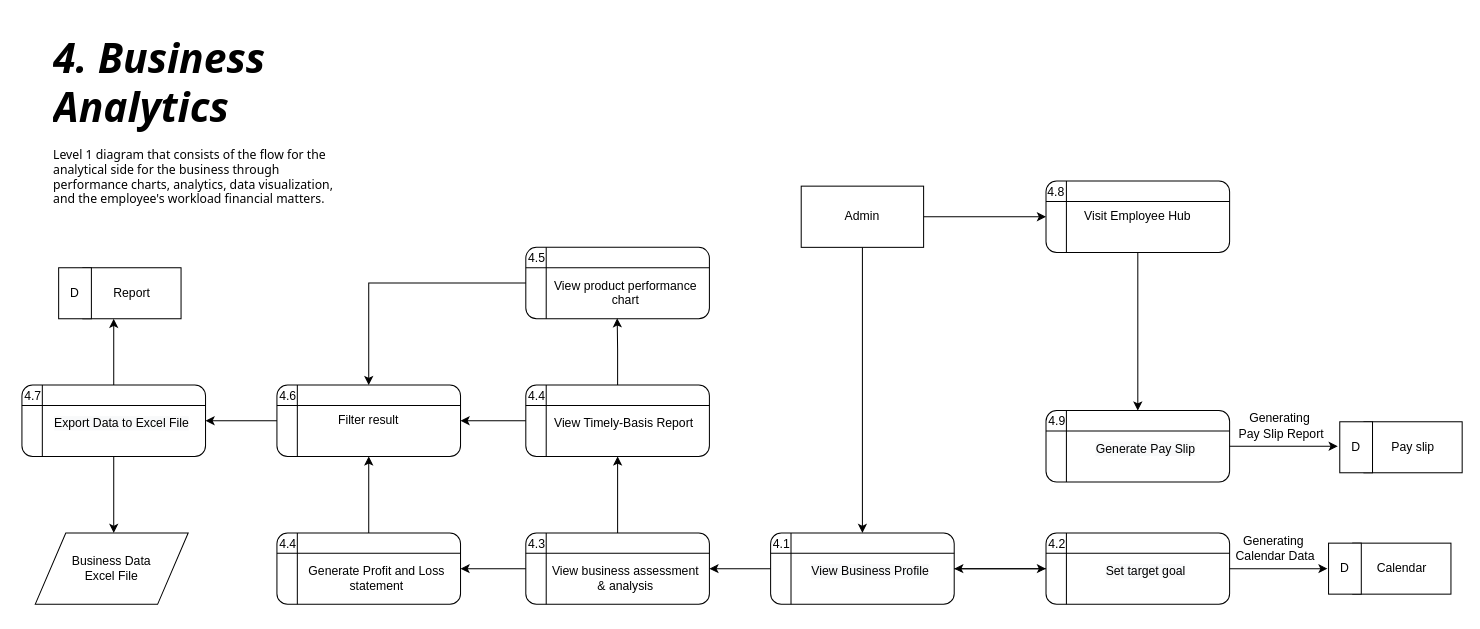
The draw.io diagram page "Revision Level 2 DFD (Business Analytics)" (6 of 6) of DFD DIAGRAMS.drawio in BryanFabellore/Team_SPOTLIGHT, before the edit. Source tidied: cells renumbered, new cells numbered last; positions are measured from the earlier drawing's top-left corner, leaving out a move shared by most shapes. Both pictures are drawn from the tidied source at 102%, with x=0, y=0 at pixel (17, 28).
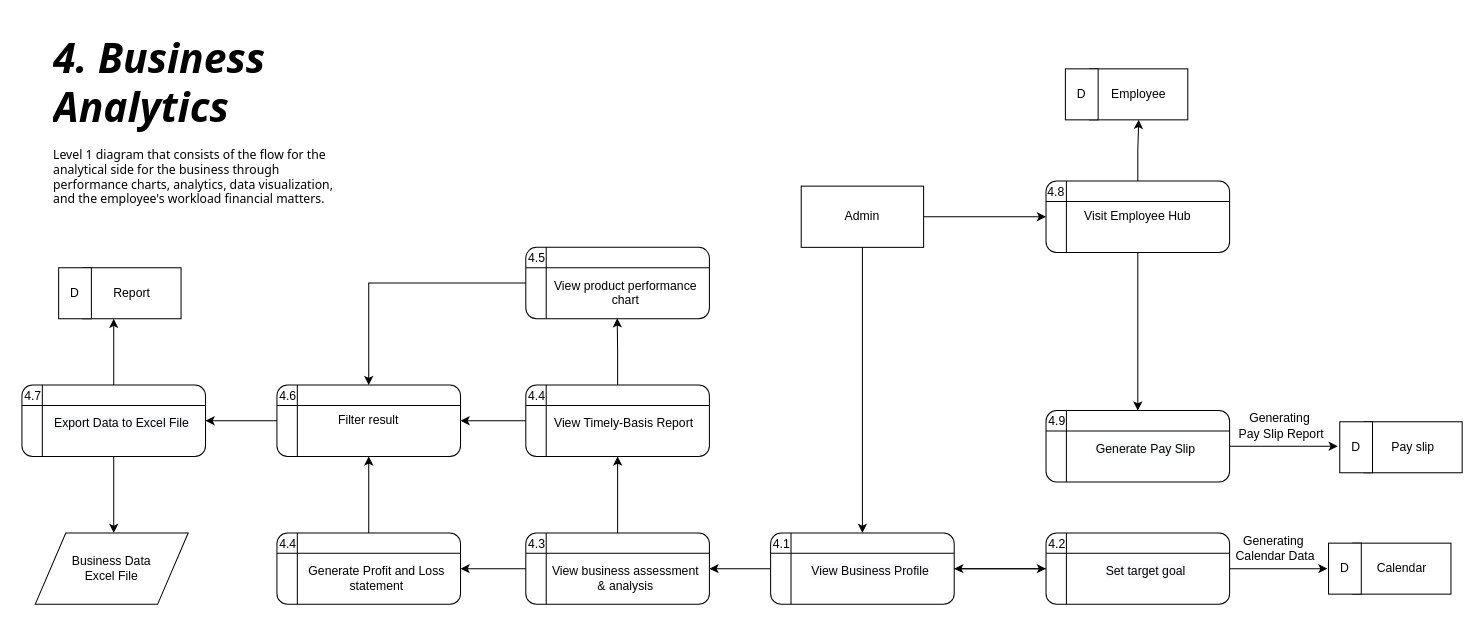
Above is the later version.

The change refers to these unchanged cells:
```xml
<mxCell id="48" value="Visit Employee Hub" style="shape=internalStorage;whiteSpace=wrap;html=1;backgroundOutline=1;rounded=1;strokeColor=default;fontFamily=Helvetica;fontSize=12;fontColor=default;fillColor=#FFFFFF;" parent="1" vertex="1">
  <mxGeometry x="1008" y="150" width="180" height="70" as="geometry" />
</mxCell>
```

What changed in the source:
```diff
@@
+    <mxCell id="78" style="edgeStyle=orthogonalEdgeStyle;rounded=0;jettySize=auto;html=1;" parent="1" edge="1" source="48" target="80">
+      <mxGeometry relative="1" as="geometry" />
+    </mxCell>
@@
+    <mxCell id="79" style="group;" parent="1" vertex="1">
+      <mxGeometry x="1027" y="40" width="120" height="50" as="geometry" />
+    </mxCell>
+    <mxCell id="80" value="Employee" style="rounded=0;whiteSpace=wrap;html=1;strokeColor=default;fontFamily=Helvetica;fontSize=12;fontColor=default;fillColor=#FFFFFF;" parent="79" vertex="1">
+      <mxGeometry x="23.7" width="96.3" height="50" as="geometry" />
+    </mxCell>
+    <mxCell id="81" value="D" style="rounded=0;whiteSpace=wrap;html=1;strokeColor=default;fontFamily=Helvetica;fontSize=12;fontColor=default;fillColor=#FFFFFF;" parent="79" vertex="1">
+      <mxGeometry width="32.1" height="50" as="geometry" />
+    </mxCell>
```
